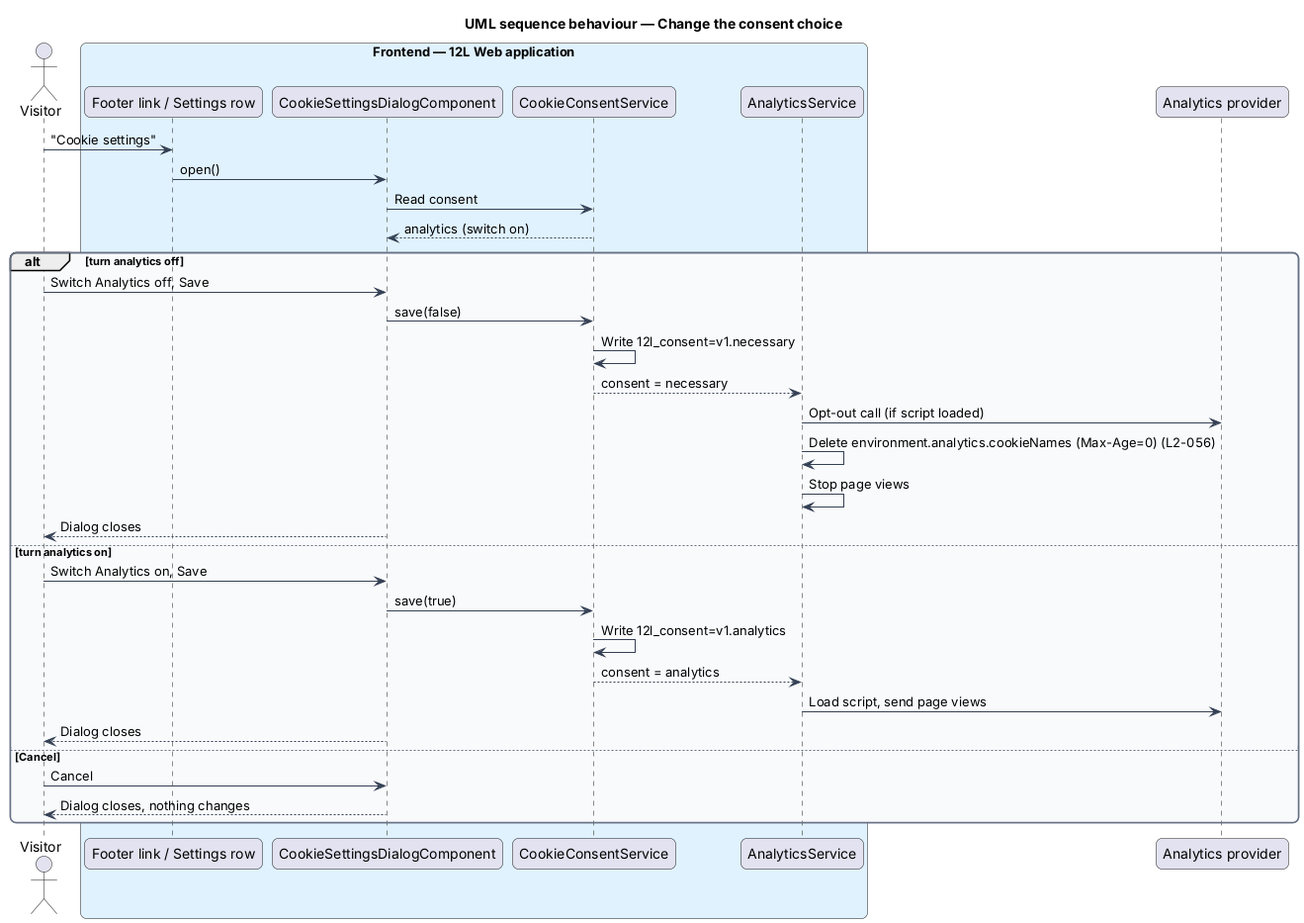
This is docs/detailed-designs/privacy/manage-cookie-consent/diagrams/sequence-change-choice.png from QuinntyneBrown/12l, a PlantUML export, as it was before one commit.
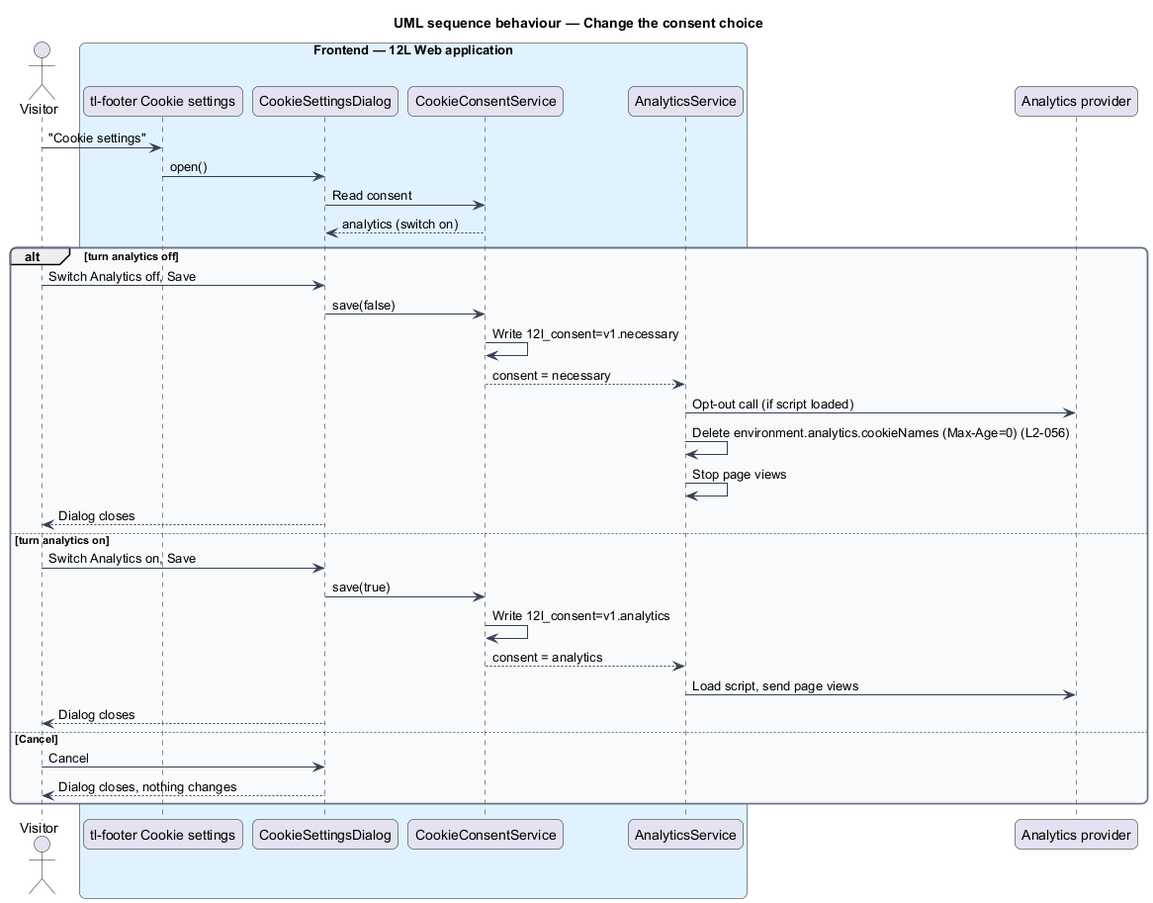
Above is the later version.

What changed in the source:
```diff
@@ -16,8 +16,8 @@
 }
 actor "Visitor" as actor
 box "Frontend — 12L Web application" #E0F2FE
-  participant "Footer link / Settings row" as entry
-  participant "CookieSettingsDialogComponent" as dialog
+  participant "tl-footer Cookie settings" as entry
+  participant "CookieSettingsDialog" as dialog
   participant "CookieConsentService" as consent
   participant "AnalyticsService" as analytics
 end box
```
